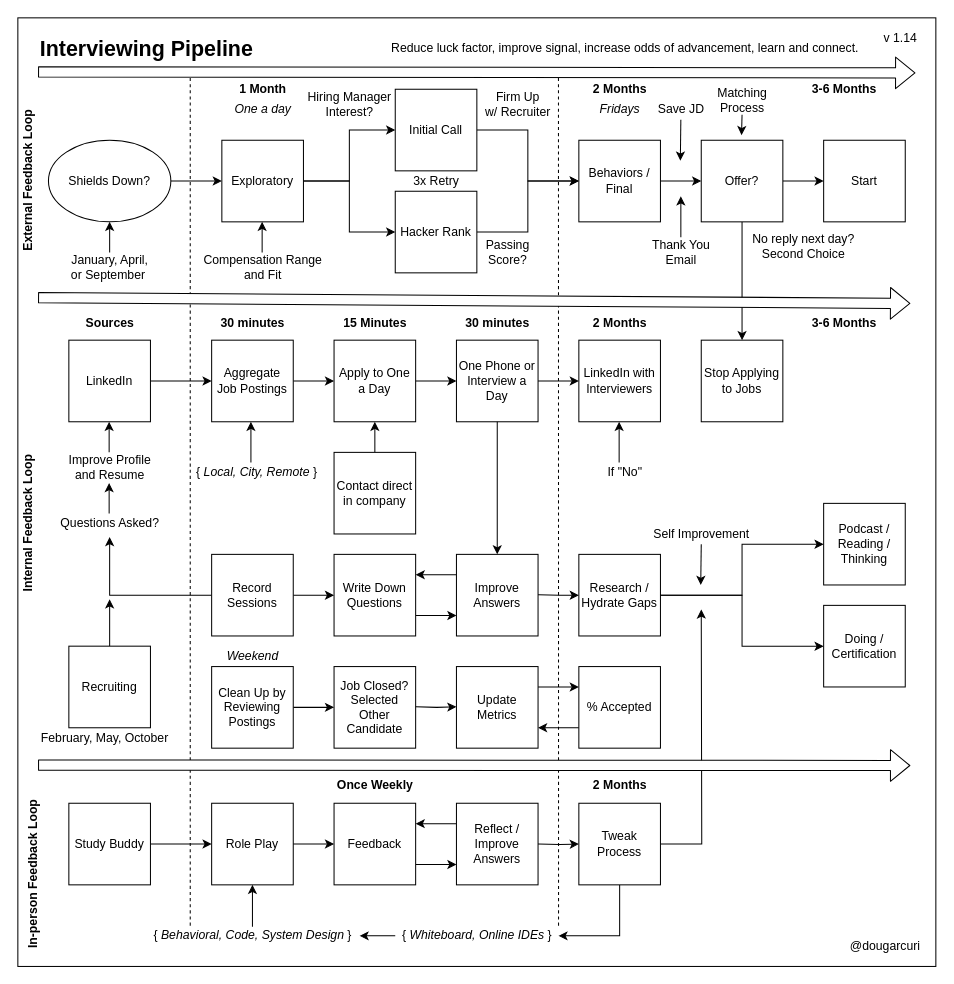
Earlier version of the draw.io diagram interviews/diagrams/interviewing-pipeline.drawio (solidi/learning-notes). Source tidied: cells renumbered, new cells numbered last; positions are measured from the earlier drawing's top-left corner, leaving out a move shared by most shapes. Both pictures are drawn from the tidied source at 102%, with x=0, y=0 at pixel (-49, 17).
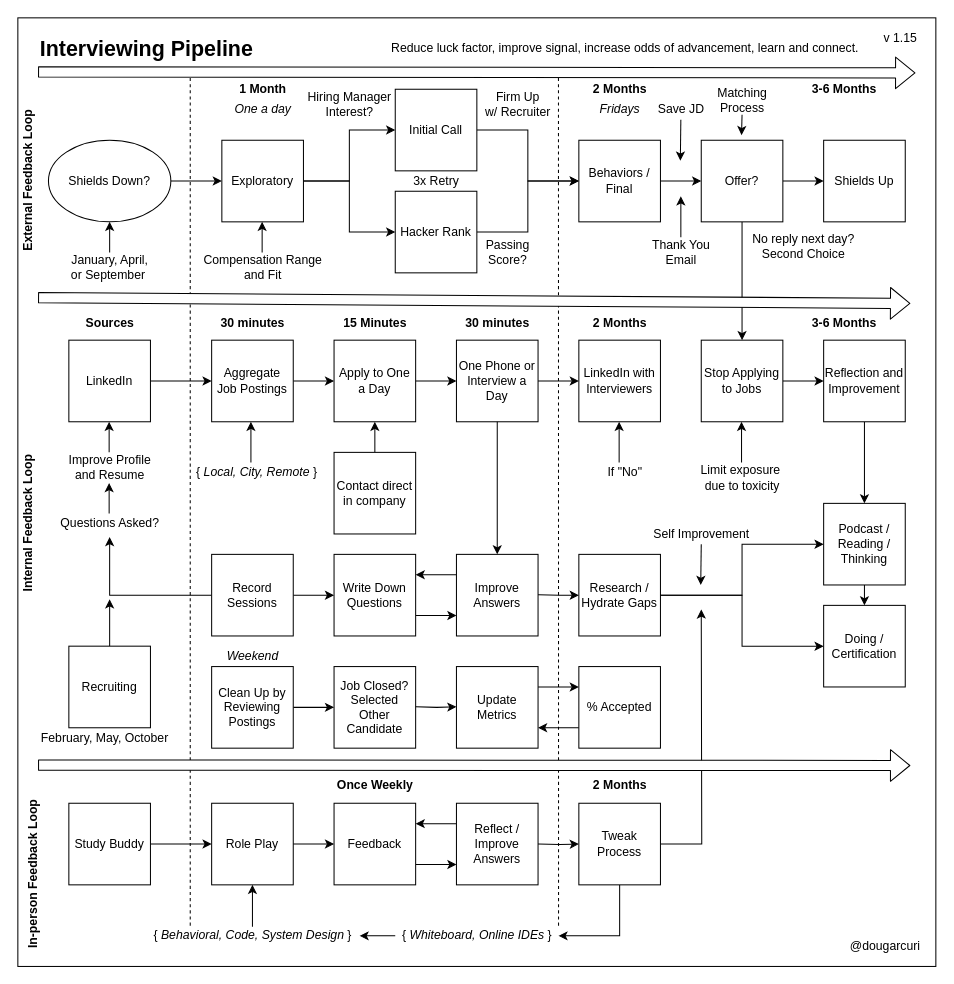
The same page after the edit.

Commit message (it also covers changes not shown here):
Add toxic nature and learning feedback

The change refers to these unchanged cells:
```xml
<mxCell id="78" value="Podcast / Reading / Thinking" style="whiteSpace=wrap;html=1;" parent="1" vertex="1">
  <mxGeometry x="855" y="476" width="80" height="80" as="geometry" />
</mxCell>
<mxCell id="79" value="Doing / Certification" style="whiteSpace=wrap;html=1;" parent="1" vertex="1">
  <mxGeometry x="855" y="576" width="80" height="80" as="geometry" />
</mxCell>
<mxCell id="119" value="Stop Applying to Jobs" style="whiteSpace=wrap;html=1;" parent="1" vertex="1">
  <mxGeometry x="735" y="316" width="80" height="80" as="geometry" />
</mxCell>
```

Diff of the diagram source:
```diff
@@
-    <mxCell id="15" value="Start" style="whiteSpace=wrap;html=1;" parent="1" vertex="1">
+    <mxCell id="15" value="Shields Up" style="whiteSpace=wrap;html=1;" parent="1" vertex="1">
       <mxGeometry x="855" y="120" width="80" height="80" as="geometry" />
     </mxCell>
@@
-    <mxCell id="48" value="v 1.14" style="text;html=1;align=center;verticalAlign=middle;" parent="1" vertex="1">
+    <mxCell id="48" value="v 1.15" style="text;html=1;align=center;verticalAlign=middle;" parent="1" vertex="1">
       <mxGeometry x="905" y="10" width="50" height="20" as="geometry" />
     </mxCell>
@@
+    <mxCell id="122" style="edgeStyle=orthogonalEdgeStyle;rounded=0;jettySize=auto;html=1;exitX=0.5;exitY=1;exitDx=0;exitDy=0;entryX=0.5;entryY=0;entryDx=0;entryDy=0;" parent="1" edge="1" source="78" target="79">
+      <mxGeometry relative="1" as="geometry" />
+    </mxCell>
@@
+    <mxCell id="123" style="edgeStyle=orthogonalEdgeStyle;rounded=0;jettySize=auto;html=1;exitX=1;exitY=0.5;exitDx=0;exitDy=0;entryX=0;entryY=0.5;entryDx=0;entryDy=0;" parent="1" edge="1" source="119" target="127">
+      <mxGeometry relative="1" as="geometry" />
+    </mxCell>
@@
+    <mxCell id="124" style="endArrow=classic;html=1;" parent="1" edge="1">
+      <mxGeometry relative="1" as="geometry">
+        <mxPoint x="774.5" y="436" as="sourcePoint" />
+        <mxPoint x="774.5" y="396" as="targetPoint" />
+      </mxGeometry>
+    </mxCell>
+    <mxCell id="125" value="Limit exposure&amp;nbsp;&lt;br&gt;due to toxicity" style="text;html=1;align=center;verticalAlign=middle;" parent="1" vertex="1">
+      <mxGeometry x="725" y="436" width="100" height="30" as="geometry" />
+    </mxCell>
+    <mxCell id="126" style="edgeStyle=orthogonalEdgeStyle;rounded=0;jettySize=auto;html=1;exitX=0.5;exitY=1;exitDx=0;exitDy=0;entryX=0.5;entryY=0;entryDx=0;entryDy=0;" parent="1" edge="1" source="127" target="78">
+      <mxGeometry relative="1" as="geometry" />
+    </mxCell>
+    <mxCell id="127" value="Reflection and Improvement" style="whiteSpace=wrap;html=1;" parent="1" vertex="1">
+      <mxGeometry x="855" y="316" width="80" height="80" as="geometry" />
+    </mxCell>
```
